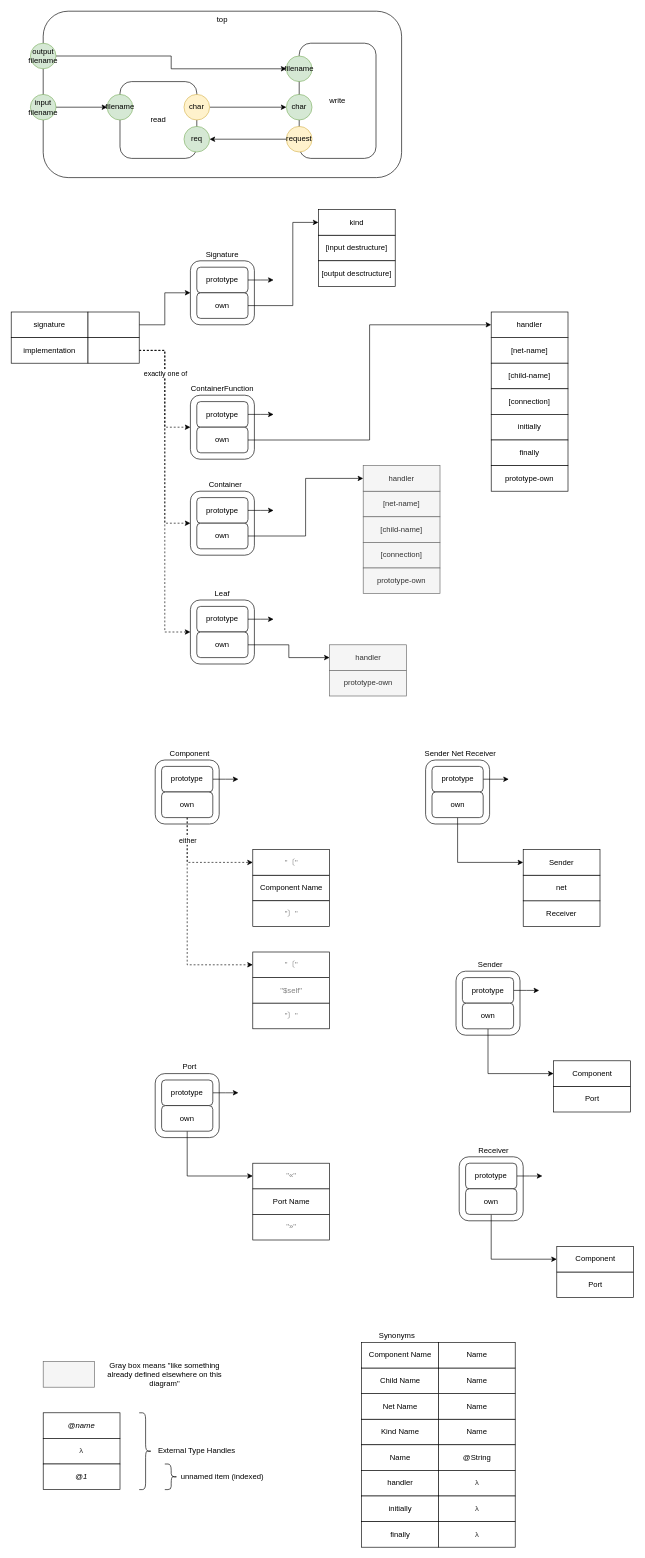
guitarvydas/duct keeps this draw.io diagram as page "Details" (3 of 7) of byte level data structures.drawio. Above is the earlier version. Source tidied: cells renumbered, new cells numbered last; positions are measured from the earlier drawing's top-left corner, leaving out a move shared by most shapes. Both pictures are drawn from the tidied source at 64%, with x=0, y=0 at pixel (11, 11).
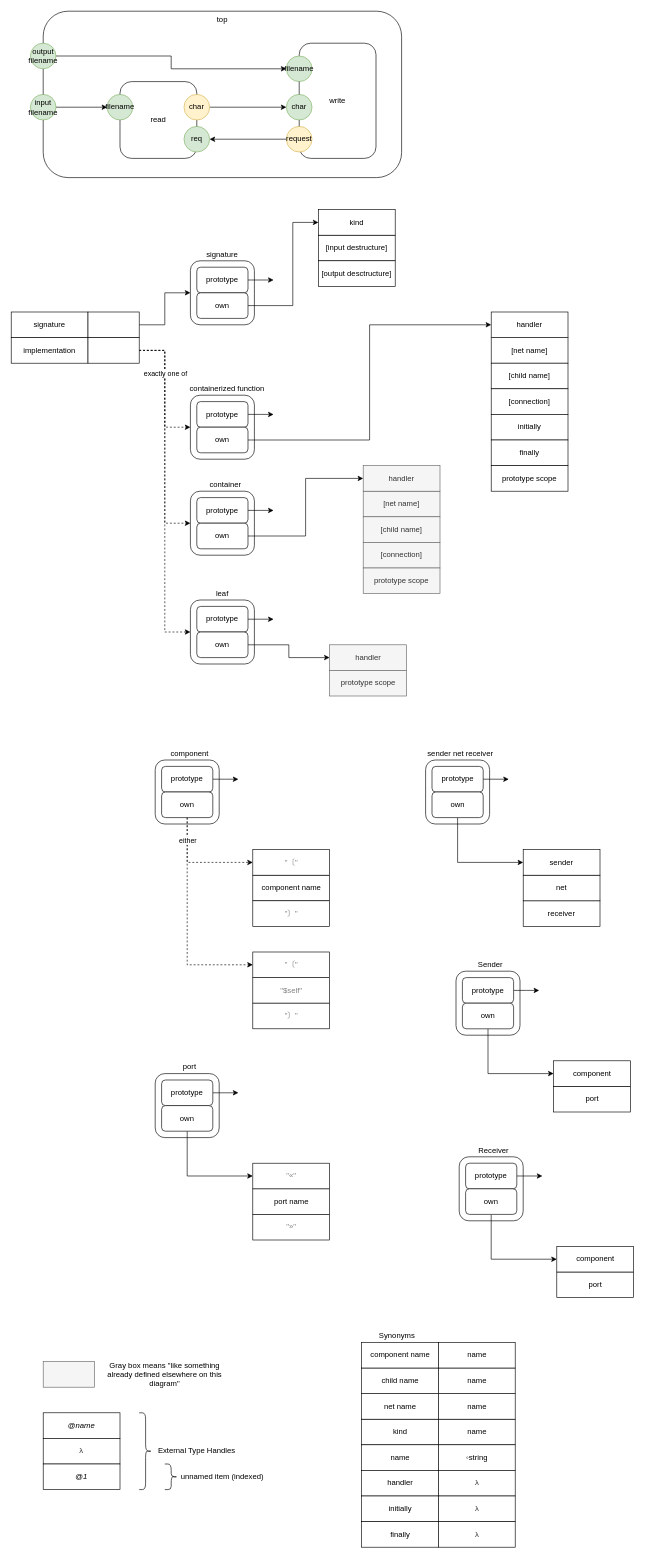
The same page after the edit.

What changed in the source:
```diff
@@
-    <mxCell id="31" value="Signature" style="text;html=1;strokeColor=none;fillColor=none;align=center;verticalAlign=middle;whiteSpace=wrap;rounded=0;" parent="1" vertex="1">
+    <mxCell id="31" value="signature" style="text;html=1;strokeColor=none;fillColor=none;align=center;verticalAlign=middle;whiteSpace=wrap;rounded=0;" parent="1" vertex="1">
       <mxGeometry x="275" y="370" width="110" height="20" as="geometry" />
     </mxCell>
@@
-    <mxCell id="37" value="ContainerFunction" style="text;html=1;strokeColor=none;fillColor=none;align=center;verticalAlign=middle;whiteSpace=wrap;rounded=0;" parent="1" vertex="1">
-      <mxGeometry x="275" y="580" width="110" height="20" as="geometry" />
+    <mxCell id="37" value="containerized function" style="text;html=1;strokeColor=none;fillColor=none;align=center;verticalAlign=middle;whiteSpace=wrap;rounded=0;" parent="1" vertex="1">
+      <mxGeometry x="275" y="580" width="125" height="20" as="geometry" />
     </mxCell>
@@
-    <mxCell id="46" value="Container" style="text;html=1;strokeColor=none;fillColor=none;align=center;verticalAlign=middle;whiteSpace=wrap;rounded=0;" parent="1" vertex="1">
+    <mxCell id="46" value="container" style="text;html=1;strokeColor=none;fillColor=none;align=center;verticalAlign=middle;whiteSpace=wrap;rounded=0;" parent="1" vertex="1">
       <mxGeometry x="280" y="730" width="110" height="20" as="geometry" />
     </mxCell>
@@
-    <mxCell id="52" value="Leaf" style="text;html=1;strokeColor=none;fillColor=none;align=center;verticalAlign=middle;whiteSpace=wrap;rounded=0;" parent="1" vertex="1">
+    <mxCell id="52" value="leaf" style="text;html=1;strokeColor=none;fillColor=none;align=center;verticalAlign=middle;whiteSpace=wrap;rounded=0;" parent="1" vertex="1">
       <mxGeometry x="275" y="900" width="110" height="20" as="geometry" />
     </mxCell>
-    <mxCell id="53" value="[net-name]" style="rounded=0;whiteSpace=wrap;html=1;" parent="1" vertex="1">
+    <mxCell id="53" value="[net name]" style="rounded=0;whiteSpace=wrap;html=1;" parent="1" vertex="1">
       <mxGeometry x="750" y="510" width="120" height="40" as="geometry" />
     </mxCell>
-    <mxCell id="54" value="[child-name]" style="rounded=0;whiteSpace=wrap;html=1;" parent="1" vertex="1">
+    <mxCell id="54" value="[child name]" style="rounded=0;whiteSpace=wrap;html=1;" parent="1" vertex="1">
       <mxGeometry x="750" y="550" width="120" height="40" as="geometry" />
     </mxCell>
@@
-    <mxCell id="59" value="prototype-own" style="rounded=0;whiteSpace=wrap;html=1;" parent="1" vertex="1">
+    <mxCell id="59" value="prototype scope" style="rounded=0;whiteSpace=wrap;html=1;" parent="1" vertex="1">
       <mxGeometry x="750" y="710" width="120" height="40" as="geometry" />
     </mxCell>
@@
-    <mxCell id="62" value="Kind Name" style="rounded=0;whiteSpace=wrap;html=1;" parent="1" vertex="1">
+    <mxCell id="62" value="kind" style="rounded=0;whiteSpace=wrap;html=1;" parent="1" vertex="1">
       <mxGeometry x="547.5" y="2200" width="120" height="40" as="geometry" />
     </mxCell>
-    <mxCell id="63" value="Name" style="rounded=0;whiteSpace=wrap;html=1;" parent="1" vertex="1">
+    <mxCell id="63" value="name" style="rounded=0;whiteSpace=wrap;html=1;" parent="1" vertex="1">
       <mxGeometry x="667.5" y="2200" width="120" height="40" as="geometry" />
     </mxCell>
-    <mxCell id="64" value="Name" style="rounded=0;whiteSpace=wrap;html=1;" parent="1" vertex="1">
+    <mxCell id="64" value="name" style="rounded=0;whiteSpace=wrap;html=1;" parent="1" vertex="1">
       <mxGeometry x="547.5" y="2240" width="120" height="40" as="geometry" />
     </mxCell>
-    <mxCell id="65" value="@String" style="rounded=0;whiteSpace=wrap;html=1;" parent="1" vertex="1">
+    <mxCell id="65" value="◦string" style="rounded=0;whiteSpace=wrap;html=1;" parent="1" vertex="1">
       <mxGeometry x="667.5" y="2240" width="120" height="40" as="geometry" />
     </mxCell>
-    <mxCell id="66" value="Net Name" style="rounded=0;whiteSpace=wrap;html=1;" parent="1" vertex="1">
+    <mxCell id="66" value="net name" style="rounded=0;whiteSpace=wrap;html=1;" parent="1" vertex="1">
       <mxGeometry x="547.5" y="2160" width="120" height="40" as="geometry" />
     </mxCell>
-    <mxCell id="67" value="Name" style="rounded=0;whiteSpace=wrap;html=1;" parent="1" vertex="1">
+    <mxCell id="67" value="name" style="rounded=0;whiteSpace=wrap;html=1;" parent="1" vertex="1">
       <mxGeometry x="667.5" y="2160" width="120" height="40" as="geometry" />
     </mxCell>
-    <mxCell id="68" value="Child Name" style="rounded=0;whiteSpace=wrap;html=1;" parent="1" vertex="1">
+    <mxCell id="68" value="child name" style="rounded=0;whiteSpace=wrap;html=1;" parent="1" vertex="1">
       <mxGeometry x="547.5" y="2120" width="120" height="40" as="geometry" />
     </mxCell>
-    <mxCell id="69" value="Name" style="rounded=0;whiteSpace=wrap;html=1;" parent="1" vertex="1">
+    <mxCell id="69" value="name" style="rounded=0;whiteSpace=wrap;html=1;" parent="1" vertex="1">
       <mxGeometry x="667.5" y="2120" width="120" height="40" as="geometry" />
     </mxCell>
@@
-    <mxCell id="75" value="Sender Net Receiver" style="text;html=1;strokeColor=none;fillColor=none;align=center;verticalAlign=middle;whiteSpace=wrap;rounded=0;" parent="1" vertex="1">
+    <mxCell id="75" value="sender net receiver" style="text;html=1;strokeColor=none;fillColor=none;align=center;verticalAlign=middle;whiteSpace=wrap;rounded=0;" parent="1" vertex="1">
       <mxGeometry x="642.5" y="1150" width="117.5" height="20" as="geometry" />
     </mxCell>
-    <mxCell id="76" value="Receiver" style="rounded=0;whiteSpace=wrap;html=1;" parent="1" vertex="1">
+    <mxCell id="76" value="receiver" style="rounded=0;whiteSpace=wrap;html=1;" parent="1" vertex="1">
       <mxGeometry x="800" y="1390" width="120" height="40" as="geometry" />
     </mxCell>
@@
-    <mxCell id="78" value="Sender" style="rounded=0;whiteSpace=wrap;html=1;" parent="1" vertex="1">
+    <mxCell id="78" value="sender" style="rounded=0;whiteSpace=wrap;html=1;" parent="1" vertex="1">
       <mxGeometry x="800" y="1310" width="120" height="40" as="geometry" />
     </mxCell>
@@
-    <mxCell id="85" value="Port" style="rounded=0;whiteSpace=wrap;html=1;" parent="1" vertex="1">
+    <mxCell id="85" value="port" style="rounded=0;whiteSpace=wrap;html=1;" parent="1" vertex="1">
       <mxGeometry x="847.5" y="1680" width="120" height="40" as="geometry" />
     </mxCell>
-    <mxCell id="86" value="Component" style="rounded=0;whiteSpace=wrap;html=1;" parent="1" vertex="1">
+    <mxCell id="86" value="component" style="rounded=0;whiteSpace=wrap;html=1;" parent="1" vertex="1">
       <mxGeometry x="847.5" y="1640" width="120" height="40" as="geometry" />
     </mxCell>
@@
-    <mxCell id="93" value="Port" style="rounded=0;whiteSpace=wrap;html=1;" parent="1" vertex="1">
+    <mxCell id="93" value="port" style="rounded=0;whiteSpace=wrap;html=1;" parent="1" vertex="1">
       <mxGeometry x="852.5" y="1970" width="120" height="40" as="geometry" />
     </mxCell>
-    <mxCell id="94" value="Component" style="rounded=0;whiteSpace=wrap;html=1;" parent="1" vertex="1">
+    <mxCell id="94" value="component" style="rounded=0;whiteSpace=wrap;html=1;" parent="1" vertex="1">
       <mxGeometry x="852.5" y="1930" width="120" height="40" as="geometry" />
     </mxCell>
@@
-    <mxCell id="102" value="Component" style="text;html=1;strokeColor=none;fillColor=none;align=center;verticalAlign=middle;whiteSpace=wrap;rounded=0;" parent="1" vertex="1">
+    <mxCell id="102" value="component" style="text;html=1;strokeColor=none;fillColor=none;align=center;verticalAlign=middle;whiteSpace=wrap;rounded=0;" parent="1" vertex="1">
       <mxGeometry x="220" y="1150" width="117.5" height="20" as="geometry" />
     </mxCell>
-    <mxCell id="103" value="Component Name" style="rounded=0;whiteSpace=wrap;html=1;" parent="1" vertex="1">
+    <mxCell id="103" value="component name" style="rounded=0;whiteSpace=wrap;html=1;" parent="1" vertex="1">
       <mxGeometry x="377.5" y="1350" width="120" height="40" as="geometry" />
     </mxCell>
@@
-    <mxCell id="106" value="Component Name" style="rounded=0;whiteSpace=wrap;html=1;" parent="1" vertex="1">
+    <mxCell id="106" value="component name" style="rounded=0;whiteSpace=wrap;html=1;" parent="1" vertex="1">
       <mxGeometry x="547.5" y="2080" width="120" height="40" as="geometry" />
     </mxCell>
-    <mxCell id="107" value="Name" style="rounded=0;whiteSpace=wrap;html=1;" parent="1" vertex="1">
+    <mxCell id="107" value="name" style="rounded=0;whiteSpace=wrap;html=1;" parent="1" vertex="1">
       <mxGeometry x="667.5" y="2080" width="120" height="40" as="geometry" />
     </mxCell>
@@
-    <mxCell id="116" value="Port" style="text;html=1;strokeColor=none;fillColor=none;align=center;verticalAlign=middle;whiteSpace=wrap;rounded=0;" parent="1" vertex="1">
+    <mxCell id="116" value="port" style="text;html=1;strokeColor=none;fillColor=none;align=center;verticalAlign=middle;whiteSpace=wrap;rounded=0;" parent="1" vertex="1">
       <mxGeometry x="220" y="1640" width="117.5" height="20" as="geometry" />
     </mxCell>
-    <mxCell id="117" value="Port Name" style="rounded=0;whiteSpace=wrap;html=1;" parent="1" vertex="1">
+    <mxCell id="117" value="port name" style="rounded=0;whiteSpace=wrap;html=1;" parent="1" vertex="1">
       <mxGeometry x="377.5" y="1840" width="120" height="40" as="geometry" />
     </mxCell>
@@
-    <mxCell id="127" value="[net-name]" style="rounded=0;whiteSpace=wrap;html=1;fillColor=#f5f5f5;strokeColor=#666666;fontColor=#333333;" parent="1" vertex="1">
+    <mxCell id="127" value="[net name]" style="rounded=0;whiteSpace=wrap;html=1;fillColor=#f5f5f5;strokeColor=#666666;fontColor=#333333;" parent="1" vertex="1">
       <mxGeometry x="550" y="750" width="120" height="40" as="geometry" />
     </mxCell>
-    <mxCell id="128" value="[child-name]" style="rounded=0;whiteSpace=wrap;html=1;fillColor=#f5f5f5;strokeColor=#666666;fontColor=#333333;" parent="1" vertex="1">
+    <mxCell id="128" value="[child name]" style="rounded=0;whiteSpace=wrap;html=1;fillColor=#f5f5f5;strokeColor=#666666;fontColor=#333333;" parent="1" vertex="1">
       <mxGeometry x="550" y="790" width="120" height="40" as="geometry" />
     </mxCell>
@@
-    <mxCell id="131" value="prototype-own" style="rounded=0;whiteSpace=wrap;html=1;fillColor=#f5f5f5;strokeColor=#666666;fontColor=#333333;" parent="1" vertex="1">
+    <mxCell id="131" value="prototype scope" style="rounded=0;whiteSpace=wrap;html=1;fillColor=#f5f5f5;strokeColor=#666666;fontColor=#333333;" parent="1" vertex="1">
       <mxGeometry x="550" y="870" width="120" height="40" as="geometry" />
     </mxCell>
@@
-    <mxCell id="133" value="prototype-own" style="rounded=0;whiteSpace=wrap;html=1;fillColor=#f5f5f5;strokeColor=#666666;fontColor=#333333;" parent="1" vertex="1">
+    <mxCell id="133" value="prototype scope" style="rounded=0;whiteSpace=wrap;html=1;fillColor=#f5f5f5;strokeColor=#666666;fontColor=#333333;" parent="1" vertex="1">
       <mxGeometry x="497.5" y="1030" width="120" height="40" as="geometry" />
     </mxCell>
@@
-    <mxCell id="136" value="&lt;span style=&quot;color: rgb(51 , 51 , 51)&quot;&gt;λ&lt;/span&gt;" style="rounded=0;whiteSpace=wrap;html=1;" parent="1" vertex="1">
+    <mxCell id="136" value="&lt;font color=&quot;#333333&quot;&gt;λ&lt;/font&gt;" style="rounded=0;whiteSpace=wrap;html=1;" parent="1" vertex="1">
       <mxGeometry x="667.5" y="2280" width="120" height="40" as="geometry" />
     </mxCell>
@@
-    <mxCell id="138" value="&lt;span style=&quot;color: rgb(51 , 51 , 51)&quot;&gt;λ&lt;/span&gt;" style="rounded=0;whiteSpace=wrap;html=1;" parent="1" vertex="1">
+    <mxCell id="138" value="&lt;font color=&quot;#333333&quot;&gt;λ&lt;/font&gt;" style="rounded=0;whiteSpace=wrap;html=1;" parent="1" vertex="1">
       <mxGeometry x="667.5" y="2320" width="120" height="40" as="geometry" />
     </mxCell>
```
